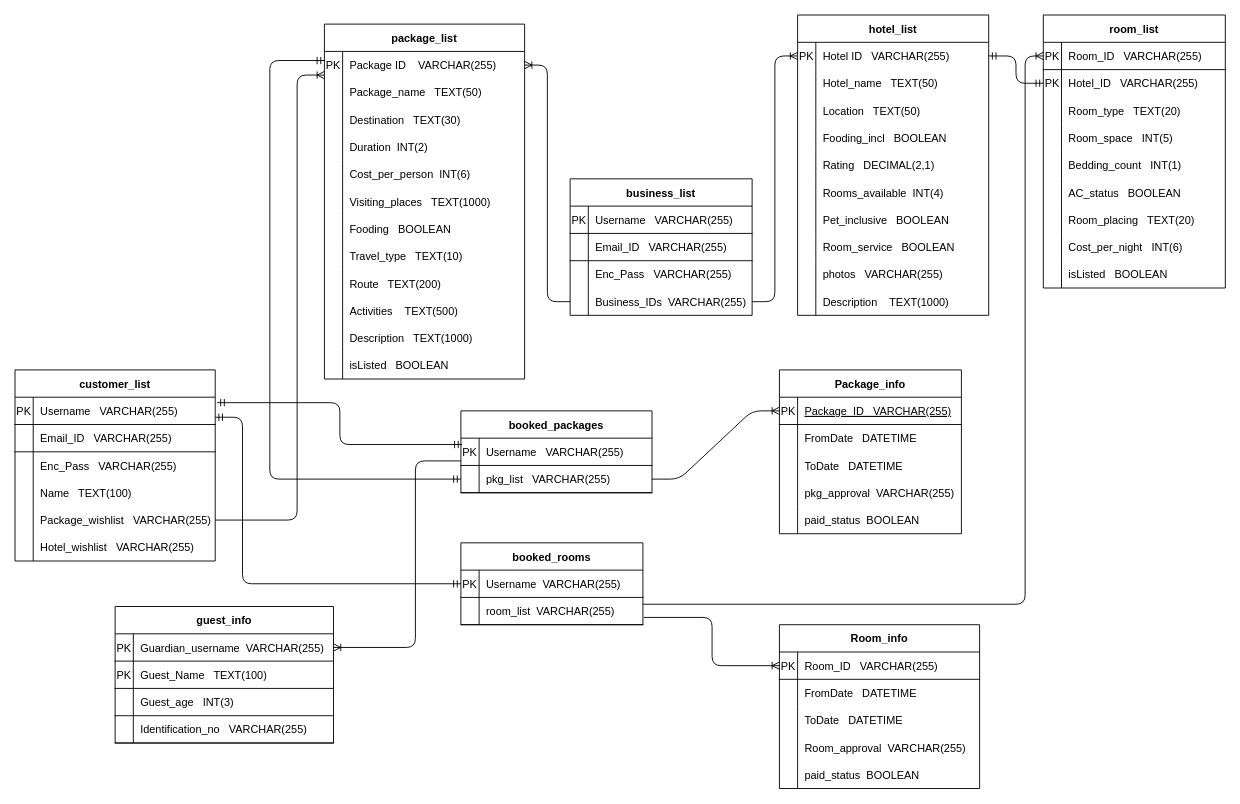
Above: ERD_SCHEMA.drawio in PCMasterRace007/ER (draw.io), before the change. Source tidied: cells renumbered, new cells numbered last; positions are measured from the earlier drawing's top-left corner, leaving out a move shared by most shapes. Both pictures are drawn from the tidied source at 91%, with x=0, y=0 at pixel (15, 15).
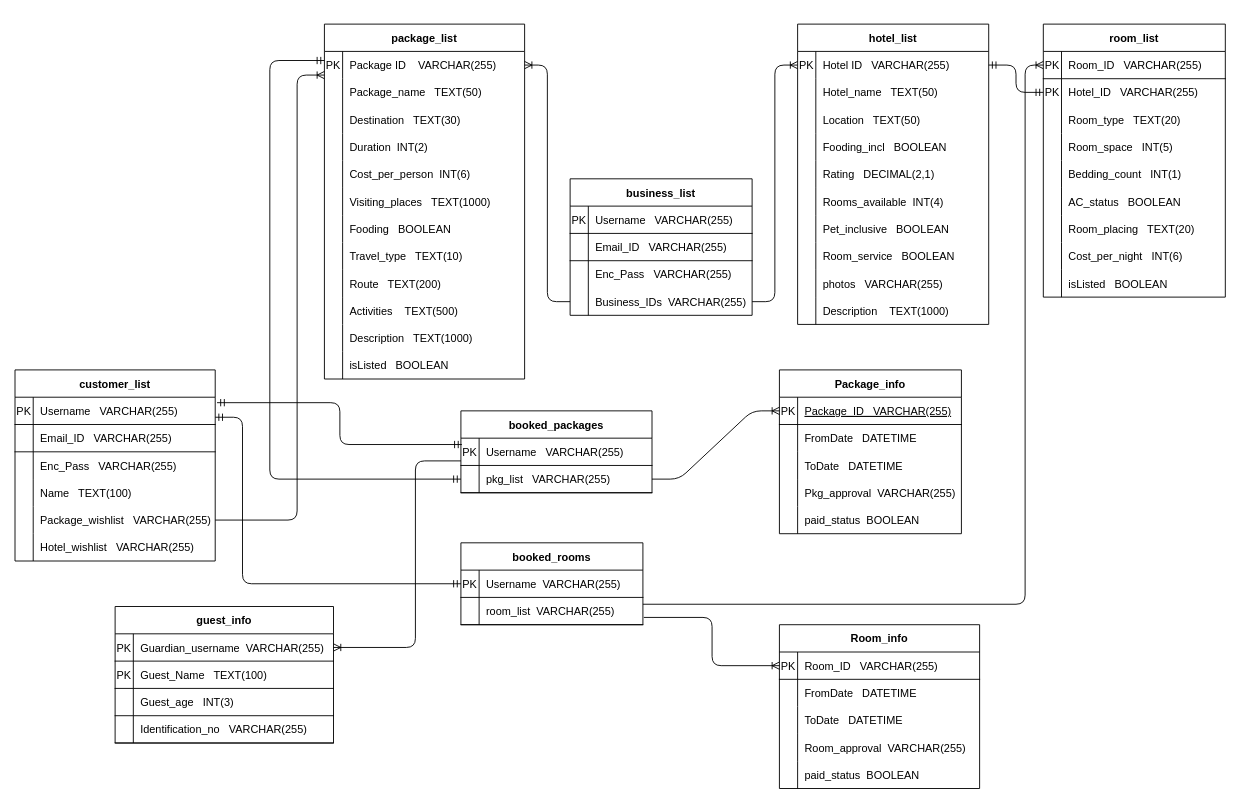
After the change.

Unchanged cells that the change refers to:
```xml
<mxCell id="167" style="shape=partialRectangle;fillColor=none;top=0;left=0;bottom=0;right=0;" parent="157" vertex="1">
  <mxGeometry y="120" width="200" height="30" as="geometry" />
</mxCell>
```

What changed in the source:
```diff
@@
     <mxCell id="39" value="hotel_list" style="shape=table;startSize=30;childLayout=tableLayout;rowLines=0;fontStyle=1;align=center;" parent="1" vertex="1">
-      <mxGeometry x="860" width="210" height="330" as="geometry" />
+      <mxGeometry x="860" y="10" width="210" height="330" as="geometry" />
     </mxCell>
@@
     <mxCell id="102" value="room_list" style="shape=table;startSize=30;childLayout=tableLayout;rowLines=0;fontStyle=1;align=center;" parent="1" vertex="1">
-      <mxGeometry x="1130" width="200" height="300" as="geometry" />
+      <mxGeometry x="1130" y="10" width="200" height="300" as="geometry" />
     </mxCell>
@@
-    <mxCell id="169" value="pkg_approval  VARCHAR(255)" style="shape=partialRectangle;fillColor=none;top=0;left=0;bottom=0;right=0;align=left;spacingLeft=6;overflow=hidden;" parent="167" vertex="1">
+    <mxCell id="169" value="Pkg_approval  VARCHAR(255)" style="shape=partialRectangle;fillColor=none;top=0;left=0;bottom=0;right=0;align=left;spacingLeft=6;overflow=hidden;" parent="167" vertex="1">
       <mxGeometry x="20" width="180" height="30" as="geometry" />
     </mxCell>
```
